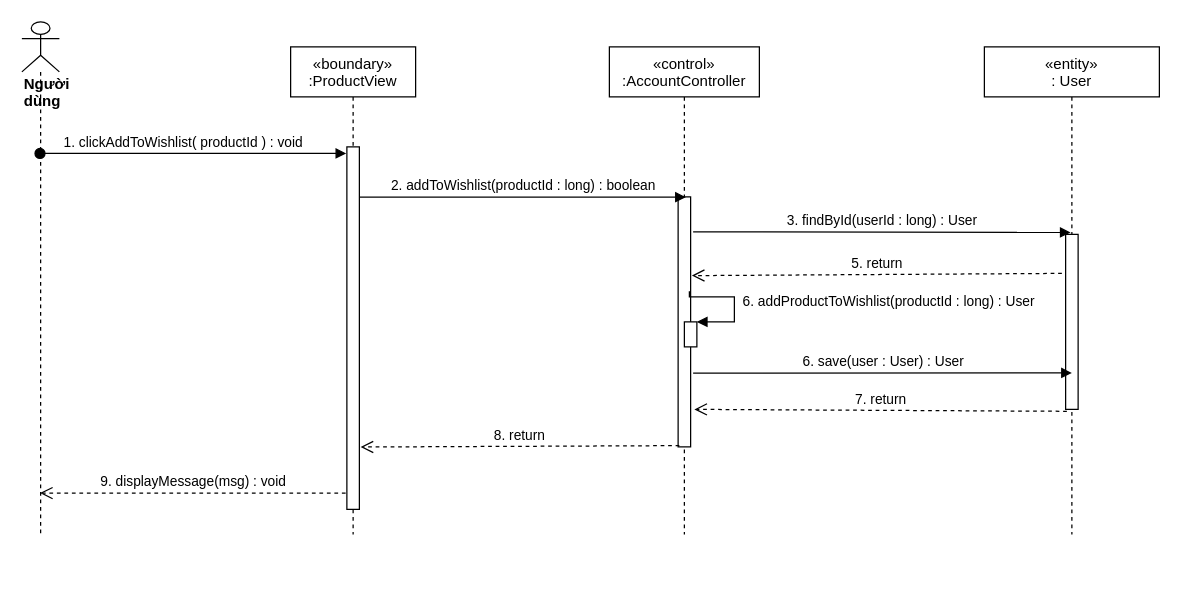
Above: sequence diagram/add-product-to-wishlist-diagram.drawio in nguyenphamvan/datn_20202 (draw.io), before the change. Source tidied: cells renumbered, new cells numbered last; positions are measured from the earlier drawing's top-left corner, leaving out a move shared by most shapes. Both pictures are drawn from the tidied source at 125%, with x=0, y=0 at pixel (21, 21).
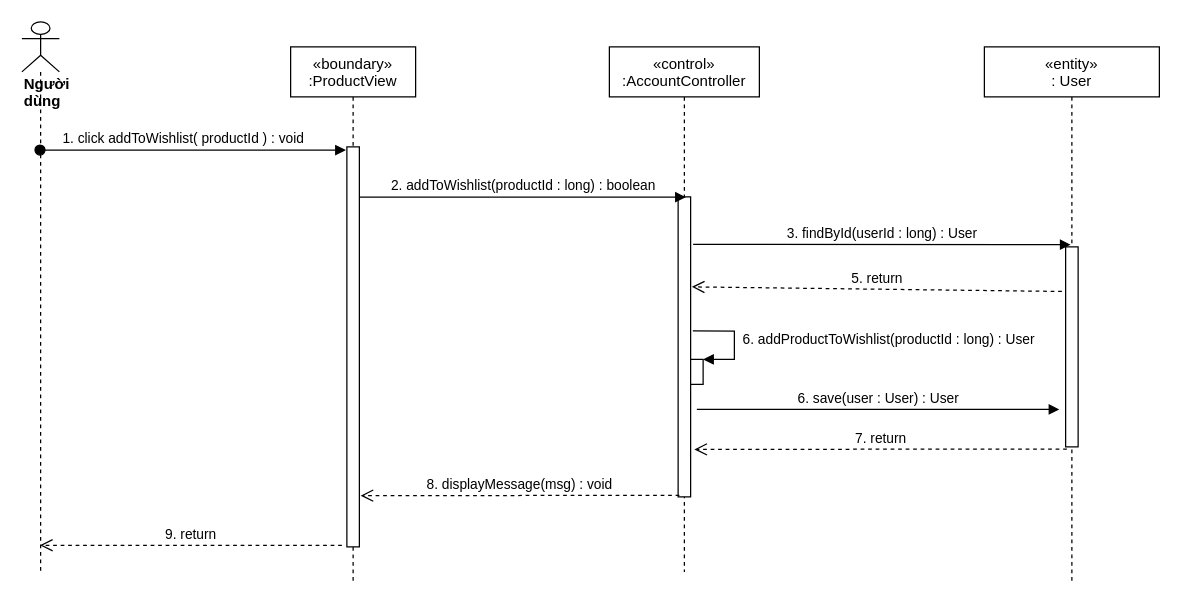
Above is the later version.

Diff of the diagram source:
```diff
@@
     <mxCell id="2" value="«boundary»&#10;:ProductView" style="shape=umlLifeline;perimeter=lifelinePerimeter;rounded=0;shadow=0;strokeWidth=1;" parent="1" vertex="1">
-      <mxGeometry x="215" y="20" width="100" height="390" as="geometry" />
+      <mxGeometry x="215" y="20" width="100" height="430" as="geometry" />
     </mxCell>
     <mxCell id="3" style="points=[];perimeter=orthogonalPerimeter;rounded=0;shadow=0;strokeWidth=1;" parent="2" vertex="1">
-      <mxGeometry x="45" y="80" width="10" height="290" as="geometry" />
+      <mxGeometry x="45" y="80" width="10" height="320" as="geometry" />
     </mxCell>
     <mxCell id="4" value="«control»&#10;:AccountController" style="shape=umlLifeline;perimeter=lifelinePerimeter;rounded=0;shadow=0;strokeWidth=1;" parent="1" vertex="1">
-      <mxGeometry x="470" y="20" width="120" height="390" as="geometry" />
+      <mxGeometry x="470" y="20" width="120" height="420" as="geometry" />
     </mxCell>
     <mxCell id="5" style="points=[];perimeter=orthogonalPerimeter;rounded=0;shadow=0;strokeWidth=1;" parent="4" vertex="1">
-      <mxGeometry x="55" y="120" width="10" height="200" as="geometry" />
+      <mxGeometry x="55" y="120" width="10" height="240" as="geometry" />
     </mxCell>
     <mxCell id="6" value="&lt;div&gt;&lt;b&gt;Người dùng&lt;/b&gt;&lt;/div&gt;" style="shape=umlLifeline;participant=umlActor;perimeter=lifelinePerimeter;whiteSpace=wrap;html=1;verticalAlign=top;spacingTop=36;outlineConnect=0;align=left;" parent="1" vertex="1">
-      <mxGeometry width="30" height="410" as="geometry" />
+      <mxGeometry width="30" height="440" as="geometry" />
     </mxCell>
-    <mxCell id="7" value="1. clickAddToWishlist( productId ) : void" style="verticalAlign=bottom;startArrow=oval;endArrow=block;startSize=8;shadow=0;strokeWidth=1;entryX=-0.05;entryY=0.018;entryDx=0;entryDy=0;entryPerimeter=0;" parent="1" edge="1" source="6" target="3">
+    <mxCell id="7" value="1. click addToWishlist( productId ) : void" style="verticalAlign=bottom;startArrow=oval;endArrow=block;startSize=8;shadow=0;strokeWidth=1;entryX=-0.08;entryY=0.008;entryDx=0;entryDy=0;entryPerimeter=0;" parent="1" edge="1" source="6" target="3">
       <mxGeometry x="-0.06" relative="1" as="geometry" />
     </mxCell>
@@
     <mxCell id="9" value="«entity»&#10;: User" style="shape=umlLifeline;perimeter=lifelinePerimeter;rounded=0;shadow=0;strokeWidth=1;" parent="1" vertex="1">
-      <mxGeometry x="770" y="20" width="140" height="390" as="geometry" />
+      <mxGeometry x="770" y="20" width="140" height="430" as="geometry" />
     </mxCell>
     <mxCell id="10" style="points=[];perimeter=orthogonalPerimeter;rounded=0;shadow=0;strokeWidth=1;" parent="9" vertex="1">
-      <mxGeometry x="65" y="150" width="10" height="140" as="geometry" />
+      <mxGeometry x="65" y="160" width="10" height="160" as="geometry" />
     </mxCell>
-    <mxCell id="11" value="6. save(user : User) : User" style="html=1;verticalAlign=bottom;endArrow=block;entryX=0.5;entryY=0.792;entryDx=0;entryDy=0;entryPerimeter=0;" parent="1" edge="1" target="10">
+    <mxCell id="11" value="6. save(user : User) : User" style="html=1;verticalAlign=bottom;endArrow=block;" parent="1" edge="1">
       <mxGeometry relative="1" as="geometry">
-        <mxPoint x="537" y="281" as="sourcePoint" />
+        <mxPoint x="540" y="310" as="sourcePoint" />
+        <mxPoint x="830" y="310" as="targetPoint" />
       </mxGeometry>
     </mxCell>
     <mxCell id="12" value="7. return" style="html=1;verticalAlign=bottom;endArrow=open;dashed=1;endSize=8;exitX=0.1;exitY=1.011;exitDx=0;exitDy=0;exitPerimeter=0;" parent="1" edge="1" source="10">
       <mxGeometry relative="1" as="geometry">
-        <mxPoint x="538" y="310" as="targetPoint" />
+        <mxPoint x="538" y="342" as="targetPoint" />
       </mxGeometry>
     </mxCell>
     <mxCell id="13" value="3. findById(userId : long) : User" style="html=1;verticalAlign=bottom;endArrow=block;entryX=0.4;entryY=-0.011;entryDx=0;entryDy=0;entryPerimeter=0;" parent="1" edge="1" target="10">
       <mxGeometry relative="1" as="geometry">
-        <mxPoint x="537" y="168" as="sourcePoint" />
+        <mxPoint x="537" y="178" as="sourcePoint" />
       </mxGeometry>
     </mxCell>
-    <mxCell id="14" value="5. return" style="html=1;verticalAlign=bottom;endArrow=open;dashed=1;endSize=8;exitX=-0.3;exitY=0.223;exitDx=0;exitDy=0;exitPerimeter=0;entryX=1.1;entryY=0.315;entryDx=0;entryDy=0;entryPerimeter=0;" parent="1" edge="1" source="10" target="5">
-      <mxGeometry relative="1" as="geometry" />
+    <mxCell id="14" value="5. return" style="html=1;verticalAlign=bottom;endArrow=open;dashed=1;endSize=8;exitX=-0.3;exitY=0.223;exitDx=0;exitDy=0;exitPerimeter=0;" parent="1" edge="1" source="10">
+      <mxGeometry relative="1" as="geometry">
+        <mxPoint x="536" y="212" as="targetPoint" />
+      </mxGeometry>
     </mxCell>
     <mxCell id="15" style="html=1;points=[];perimeter=orthogonalPerimeter;" parent="1" vertex="1">
-      <mxGeometry x="530" y="240" width="10" height="20" as="geometry" />
+      <mxGeometry x="535" y="270" width="10" height="20" as="geometry" />
     </mxCell>
-    <mxCell id="16" value="&amp;nbsp;6. addProductToWishlist(productId : long) : User" style="edgeStyle=orthogonalEdgeStyle;html=1;align=left;spacingLeft=2;endArrow=block;rounded=0;entryX=1;entryY=0;exitX=0.9;exitY=0.377;exitDx=0;exitDy=0;exitPerimeter=0;" parent="1" edge="1" source="5" target="15">
+    <mxCell id="16" value="&amp;nbsp;6. addProductToWishlist(productId : long) : User" style="edgeStyle=orthogonalEdgeStyle;html=1;align=left;spacingLeft=2;endArrow=block;rounded=0;entryX=1;entryY=0;exitX=1.18;exitY=0.447;exitDx=0;exitDy=0;exitPerimeter=0;" parent="1" edge="1" source="5" target="15">
       <mxGeometry relative="1" as="geometry">
         <Array as="points">
-          <mxPoint x="534" y="220" />
-          <mxPoint x="570" y="220" />
-          <mxPoint x="570" y="240" />
+          <mxPoint x="570" y="247" />
+          <mxPoint x="570" y="270" />
         </Array>
       </mxGeometry>
     </mxCell>
-    <mxCell id="17" value="8. return" style="html=1;verticalAlign=bottom;endArrow=open;dashed=1;endSize=8;exitX=0.1;exitY=0.995;exitDx=0;exitDy=0;exitPerimeter=0;entryX=1.1;entryY=0.828;entryDx=0;entryDy=0;entryPerimeter=0;" parent="1" edge="1" source="5" target="3">
-      <mxGeometry relative="1" as="geometry" />
+    <mxCell id="17" value="8. displayMessage(msg) : void" style="html=1;verticalAlign=bottom;endArrow=open;dashed=1;endSize=8;exitX=0.1;exitY=0.995;exitDx=0;exitDy=0;exitPerimeter=0;" parent="1" edge="1" source="5">
+      <mxGeometry relative="1" as="geometry">
+        <mxPoint x="271" y="379" as="targetPoint" />
+      </mxGeometry>
     </mxCell>
-    <mxCell id="18" value="9. displayMessage(msg) : void" style="html=1;verticalAlign=bottom;endArrow=open;dashed=1;endSize=8;exitX=-0.1;exitY=0.955;exitDx=0;exitDy=0;exitPerimeter=0;" parent="1" edge="1" source="3" target="6">
+    <mxCell id="18" value="9. return" style="html=1;verticalAlign=bottom;endArrow=open;dashed=1;endSize=8;exitX=-0.4;exitY=0.996;exitDx=0;exitDy=0;exitPerimeter=0;" parent="1" edge="1" source="3" target="6">
       <mxGeometry relative="1" as="geometry" />
     </mxCell>
```
